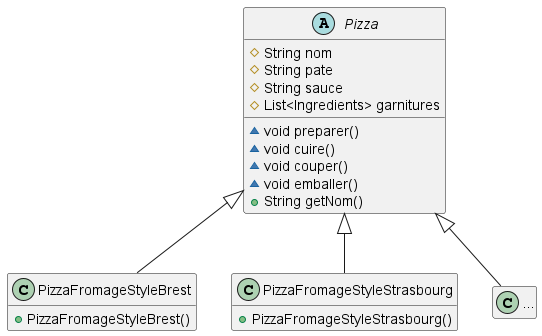
This is images/Pizzas-dc-2022.png from IUT-Blagnac/cpoa, a PlantUML export, as it was before one commit.
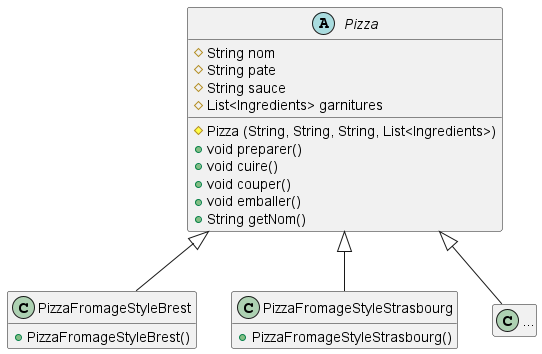
Later version of the same file.

Change to the diagram source:
```diff
@@ -5,15 +5,16 @@
 hide empty methods
 
 abstract class Pizza {
-  #String nom
-  #String pate
-  #String sauce
-  #List<Ingredients> garnitures
-  ~void preparer()
-  ~void cuire()
-  ~void couper()
-  ~void emballer()
-  +String getNom()
+  # String nom
+  # String pate
+  # String sauce
+  # List<Ingredients> garnitures
+  # Pizza (String, String, String, List<Ingredients>)
+  + void preparer()
+  + void cuire()
+  + void couper()
+  + void emballer()
+  + String getNom()
 }
 
 class PizzaFromageStyleBrest {
```
